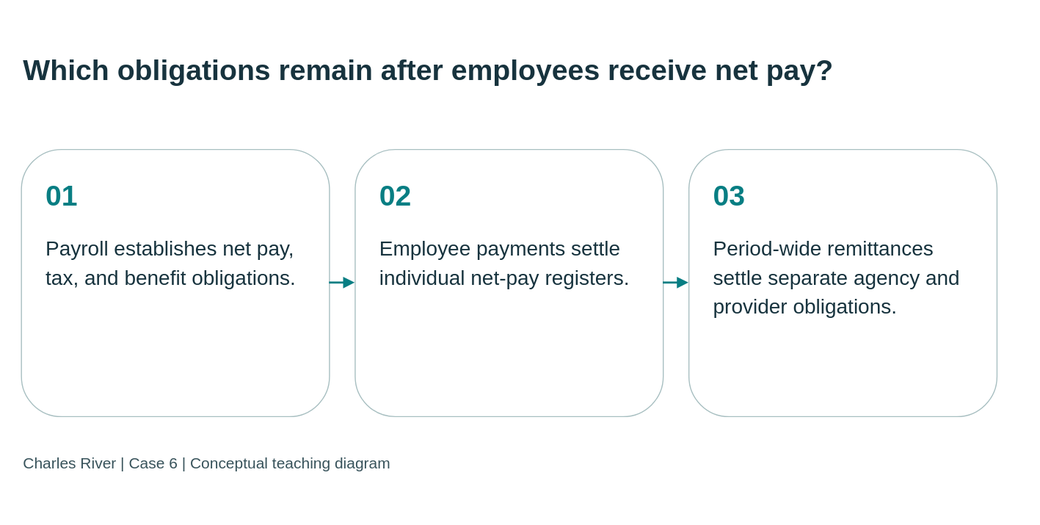
Above: static/diagrams/cases/case06-settlement.svg in mmcodesso/CharlesRiver_Database (draw.io), before the change. Source tidied: cells renumbered, new cells last; positions are measured from the earlier drawing's top-left corner, leaving out a move shared by most shapes. The source it was exported from:
```xml
<mxGraphModel background="#f5f5ee">
  <root>
    <mxCell id="0" />
    <mxCell id="1" parent="0" />
    <mxCell id="2" value="Which obligations remain after employees receive net pay?" style="text;html=0;strokeColor=none;fillColor=none;align=left;verticalAlign=middle;whiteSpace=wrap;fontSize=28;fontStyle=1;fontColor=#17333e;fontFamily=Arial;" parent="1" vertex="1">
      <mxGeometry width="950" height="95" as="geometry" />
    </mxCell>
    <mxCell id="3" value="&lt;div style=&quot;font-size:28px;color:#087e83;font-weight:bold;margin-bottom:20px&quot;&gt;01&lt;/div&gt;&lt;div style=&quot;font-size:20px;line-height:1.4&quot;&gt;Payroll establishes net pay, tax, and benefit obligations.&lt;/div&gt;" style="rounded=1;whiteSpace=wrap;html=1;fillColor=#ffffff;strokeColor=#a8bfc1;fontColor=#17333e;align=left;verticalAlign=top;spacing=24;fontFamily=Arial;fontSize=20;" parent="1" vertex="1">
      <mxGeometry y="125" width="300" height="260" as="geometry" />
    </mxCell>
    <mxCell id="4" value="&lt;div style=&quot;font-size:28px;color:#087e83;font-weight:bold;margin-bottom:20px&quot;&gt;02&lt;/div&gt;&lt;div style=&quot;font-size:20px;line-height:1.4&quot;&gt;Employee payments settle individual net-pay registers.&lt;/div&gt;" style="rounded=1;whiteSpace=wrap;html=1;fillColor=#ffffff;strokeColor=#a8bfc1;fontColor=#17333e;align=left;verticalAlign=top;spacing=24;fontFamily=Arial;fontSize=20;" parent="1" vertex="1">
      <mxGeometry x="325" y="125" width="300" height="260" as="geometry" />
    </mxCell>
    <mxCell id="5" value="&lt;div style=&quot;font-size:28px;color:#087e83;font-weight:bold;margin-bottom:20px&quot;&gt;03&lt;/div&gt;&lt;div style=&quot;font-size:20px;line-height:1.4&quot;&gt;Period-wide remittances settle separate agency and provider obligations.&lt;/div&gt;" style="rounded=1;whiteSpace=wrap;html=1;fillColor=#ffffff;strokeColor=#a8bfc1;fontColor=#17333e;align=left;verticalAlign=top;spacing=24;fontFamily=Arial;fontSize=20;" parent="1" vertex="1">
      <mxGeometry x="650" y="125" width="300" height="260" as="geometry" />
    </mxCell>
    <mxCell id="6" style="edgeStyle=orthogonalEdgeStyle;rounded=0;html=1;endArrow=block;endFill=1;strokeColor=#087e83;strokeWidth=2;" parent="1" edge="1" source="3" target="4">
      <mxGeometry relative="1" as="geometry" />
    </mxCell>
    <mxCell id="7" style="edgeStyle=orthogonalEdgeStyle;rounded=0;html=1;endArrow=block;endFill=1;strokeColor=#087e83;strokeWidth=2;" parent="1" edge="1" source="4" target="5">
      <mxGeometry relative="1" as="geometry" />
    </mxCell>
    <mxCell id="8" value="Charles River | Case 6 | Conceptual teaching diagram" style="text;html=0;strokeColor=none;fillColor=none;align=left;fontSize=15;fontColor=#38535b;fontFamily=Arial;" parent="1" vertex="1">
      <mxGeometry y="415" width="950" height="35" as="geometry" />
    </mxCell>
  </root>
</mxGraphModel>
```
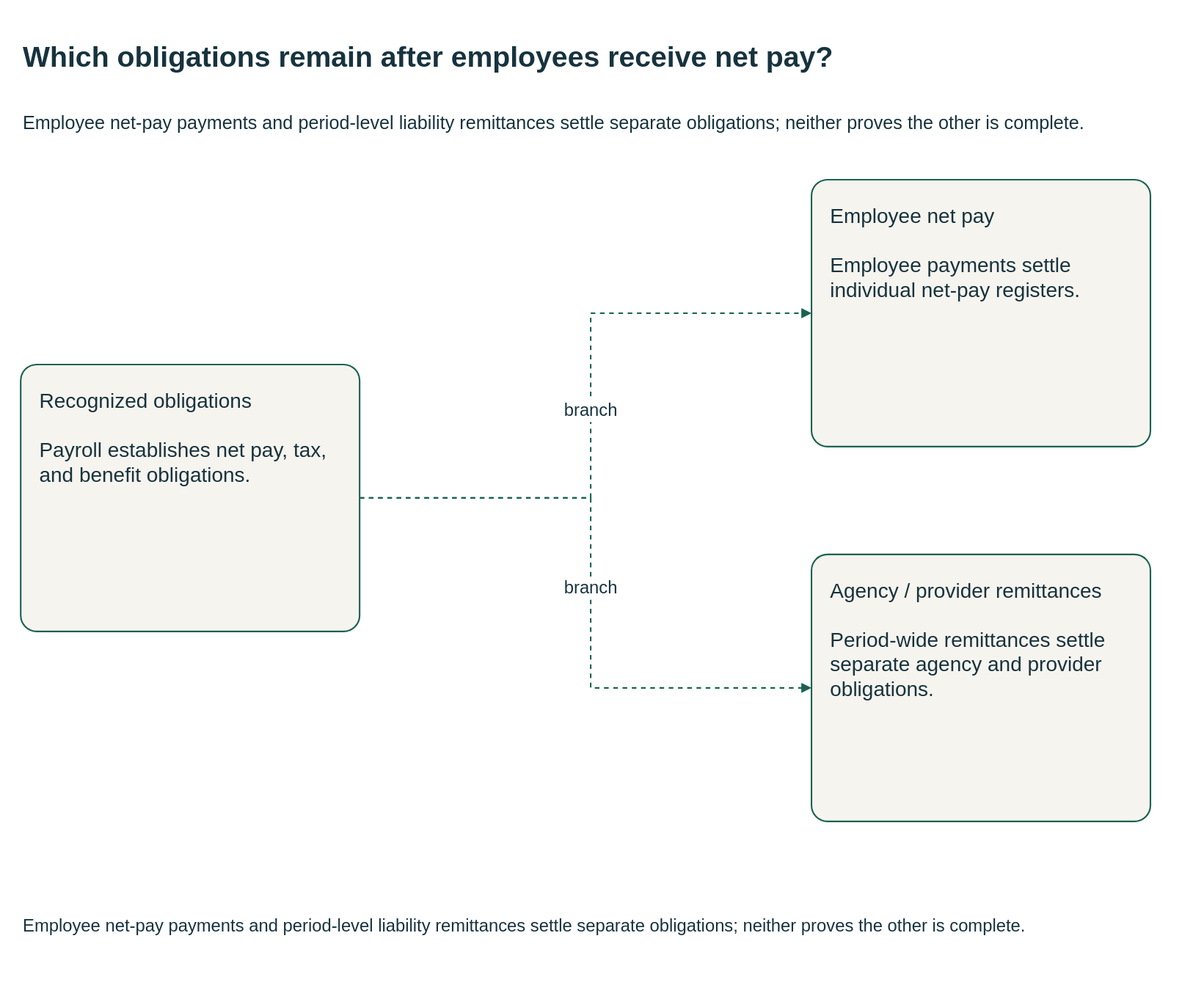
After the commit.

Diff of the diagram source:
```diff
@@ -1,27 +1,40 @@
-<mxGraphModel background="#f5f5ee">
+<mxGraphModel background="#FFFFFF">
   <root>
     <mxCell id="0" />
     <mxCell id="1" parent="0" />
-    <mxCell id="2" value="Which obligations remain after employees receive net pay?" style="text;html=0;strokeColor=none;fillColor=none;align=left;verticalAlign=middle;whiteSpace=wrap;fontSize=28;fontStyle=1;fontColor=#17333e;fontFamily=Arial;" parent="1" vertex="1">
-      <mxGeometry width="950" height="95" as="geometry" />
+    <mxCell id="2" value="Which obligations remain after employees receive net pay?" style="html=0;fontFamily=Arial;fontSize=20;fontColor=#17333e;strokeColor=#196252;strokeWidth=1.5;whiteSpace=wrap;text;strokeColor=none;fillColor=none;align=left;verticalAlign=middle;fontSize=28;fontStyle=1;" parent="1" vertex="1">
+      <mxGeometry y="-10" width="1110" height="70" as="geometry" />
     </mxCell>
+    <mxCell id="9" value="Employee net-pay payments and period-level liability remittances settle separate obligations; neither proves the other is complete." style="html=0;fontFamily=Arial;fontSize=20;fontColor=#17333e;strokeColor=#196252;strokeWidth=1.5;whiteSpace=wrap;text;strokeColor=none;fillColor=none;align=left;verticalAlign=middle;fontSize=18;fontStyle=0;" parent="1" vertex="1">
+      <mxGeometry y="62" width="1110" height="55" as="geometry" />
+    </mxCell>
-    <mxCell id="3" value="&lt;div style=&quot;font-size:28px;color:#087e83;font-weight:bold;margin-bottom:20px&quot;&gt;01&lt;/div&gt;&lt;div style=&quot;font-size:20px;line-height:1.4&quot;&gt;Payroll establishes net pay, tax, and benefit obligations.&lt;/div&gt;" style="rounded=1;whiteSpace=wrap;html=1;fillColor=#ffffff;strokeColor=#a8bfc1;fontColor=#17333e;align=left;verticalAlign=top;spacing=24;fontFamily=Arial;fontSize=20;" parent="1" vertex="1">
-      <mxGeometry y="125" width="300" height="260" as="geometry" />
+    <mxCell id="3" value="Recognized obligations&#10;&#10;Payroll establishes net pay, tax, and benefit obligations." style="html=0;fontFamily=Arial;fontSize=20;fontColor=#17333e;strokeColor=#196252;strokeWidth=1.5;whiteSpace=wrap;rounded=1;arcSize=6;fillColor=#f6f4ee;align=left;verticalAlign=top;spacing=18;" parent="1" vertex="1">
+      <mxGeometry y="325" width="330" height="260" as="geometry" />
     </mxCell>
-    <mxCell id="4" value="&lt;div style=&quot;font-size:28px;color:#087e83;font-weight:bold;margin-bottom:20px&quot;&gt;02&lt;/div&gt;&lt;div style=&quot;font-size:20px;line-height:1.4&quot;&gt;Employee payments settle individual net-pay registers.&lt;/div&gt;" style="rounded=1;whiteSpace=wrap;html=1;fillColor=#ffffff;strokeColor=#a8bfc1;fontColor=#17333e;align=left;verticalAlign=top;spacing=24;fontFamily=Arial;fontSize=20;" parent="1" vertex="1">
-      <mxGeometry x="325" y="125" width="300" height="260" as="geometry" />
+    <mxCell id="4" value="Employee net pay&#10;&#10;Employee payments settle individual net-pay registers." style="html=0;fontFamily=Arial;fontSize=20;fontColor=#17333e;strokeColor=#196252;strokeWidth=1.5;whiteSpace=wrap;rounded=1;arcSize=6;fillColor=#f6f4ee;align=left;verticalAlign=top;spacing=18;" parent="1" vertex="1">
+      <mxGeometry x="770" y="145" width="330" height="260" as="geometry" />
     </mxCell>
-    <mxCell id="5" value="&lt;div style=&quot;font-size:28px;color:#087e83;font-weight:bold;margin-bottom:20px&quot;&gt;03&lt;/div&gt;&lt;div style=&quot;font-size:20px;line-height:1.4&quot;&gt;Period-wide remittances settle separate agency and provider obligations.&lt;/div&gt;" style="rounded=1;whiteSpace=wrap;html=1;fillColor=#ffffff;strokeColor=#a8bfc1;fontColor=#17333e;align=left;verticalAlign=top;spacing=24;fontFamily=Arial;fontSize=20;" parent="1" vertex="1">
-      <mxGeometry x="650" y="125" width="300" height="260" as="geometry" />
+    <mxCell id="5" value="Agency / provider remittances&#10;&#10;Period-wide remittances settle separate agency and provider obligations." style="html=0;fontFamily=Arial;fontSize=20;fontColor=#17333e;strokeColor=#196252;strokeWidth=1.5;whiteSpace=wrap;rounded=1;arcSize=6;fillColor=#f6f4ee;align=left;verticalAlign=top;spacing=18;" parent="1" vertex="1">
+      <mxGeometry x="770" y="510" width="330" height="260" as="geometry" />
     </mxCell>
-    <mxCell id="6" style="edgeStyle=orthogonalEdgeStyle;rounded=0;html=1;endArrow=block;endFill=1;strokeColor=#087e83;strokeWidth=2;" parent="1" edge="1" source="3" target="4">
-      <mxGeometry relative="1" as="geometry" />
+    <mxCell id="6" value="branch" style="html=0;fontFamily=Arial;fontSize=20;fontColor=#17333e;strokeColor=#196252;strokeWidth=1.5;whiteSpace=wrap;edgeStyle=orthogonalEdgeStyle;rounded=0;fillColor=none;fontSize=17;labelBackgroundColor=#FFFFFF;startArrow=none;endArrow=block;endFill=1;dashed=1;exitX=1;exitY=0.5;entryX=0;entryY=0.5;" parent="1" edge="1" source="3" target="4">
+      <mxGeometry relative="1" as="geometry">
+        <Array as="points">
+          <mxPoint x="555" y="455" />
+          <mxPoint x="555" y="275" />
+        </Array>
+      </mxGeometry>
     </mxCell>
-    <mxCell id="7" style="edgeStyle=orthogonalEdgeStyle;rounded=0;html=1;endArrow=block;endFill=1;strokeColor=#087e83;strokeWidth=2;" parent="1" edge="1" source="4" target="5">
-      <mxGeometry relative="1" as="geometry" />
+    <mxCell id="7" value="branch" style="html=0;fontFamily=Arial;fontSize=20;fontColor=#17333e;strokeColor=#196252;strokeWidth=1.5;whiteSpace=wrap;edgeStyle=orthogonalEdgeStyle;rounded=0;fillColor=none;fontSize=17;labelBackgroundColor=#FFFFFF;startArrow=none;endArrow=block;endFill=1;dashed=1;exitX=1;exitY=0.5;entryX=0;entryY=0.5;" parent="1" edge="1" source="3" target="5">
+      <mxGeometry relative="1" as="geometry">
+        <Array as="points">
+          <mxPoint x="555" y="455" />
+          <mxPoint x="555" y="640" />
+        </Array>
+      </mxGeometry>
     </mxCell>
-    <mxCell id="8" value="Charles River | Case 6 | Conceptual teaching diagram" style="text;html=0;strokeColor=none;fillColor=none;align=left;fontSize=15;fontColor=#38535b;fontFamily=Arial;" parent="1" vertex="1">
-      <mxGeometry y="415" width="950" height="35" as="geometry" />
+    <mxCell id="8" value="Employee net-pay payments and period-level liability remittances settle separate obligations; neither proves the other is complete." style="html=0;fontFamily=Arial;fontSize=20;fontColor=#17333e;strokeColor=#196252;strokeWidth=1.5;whiteSpace=wrap;text;strokeColor=none;fillColor=none;align=left;verticalAlign=middle;fontSize=17;fontStyle=0;" parent="1" vertex="1">
+      <mxGeometry y="842" width="1110" height="60" as="geometry" />
     </mxCell>
   </root>
 </mxGraphModel>
```
